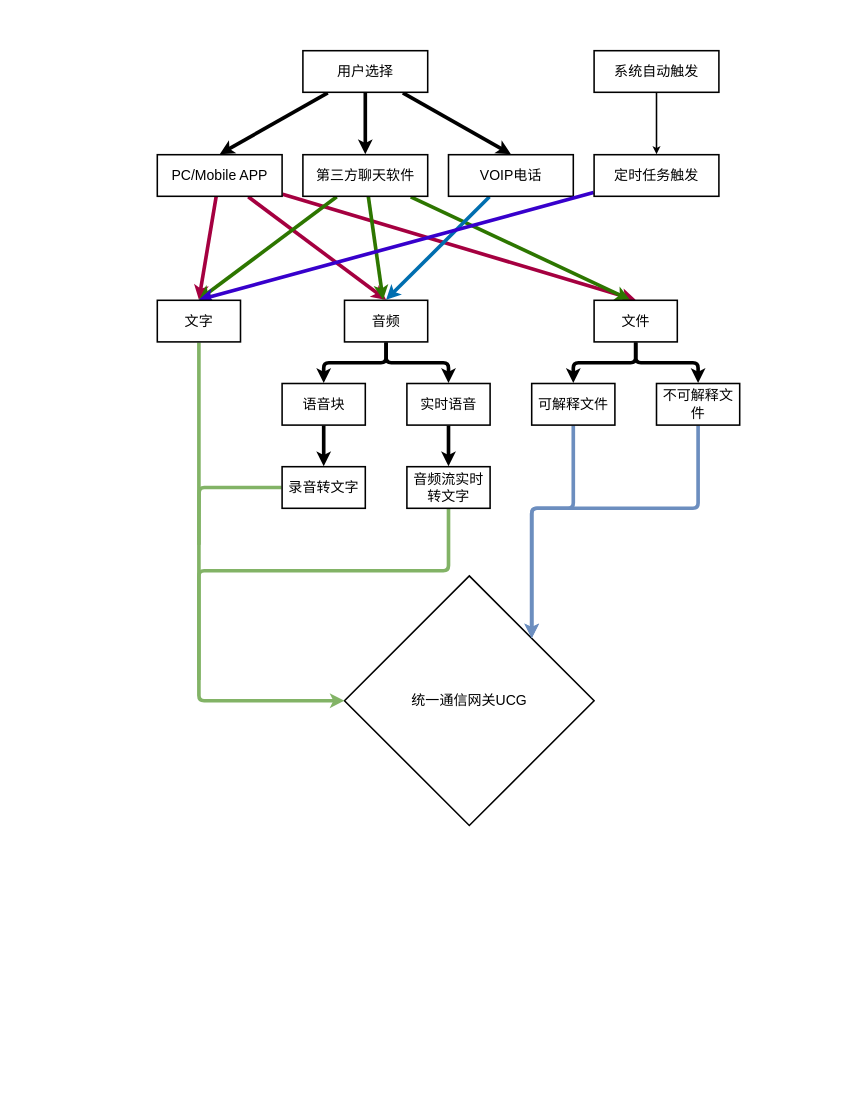
Before: doc/overall_dev_chart.drawio in 231055558/Entropy_agent, a draw.io diagram. Source tidied: cells renumbered, new cells numbered last; positions are measured from the earlier drawing's top-left corner, leaving out a move shared by most shapes. Both pictures are drawn from the tidied source at 52%, with x=0, y=0 at pixel (157, 50).
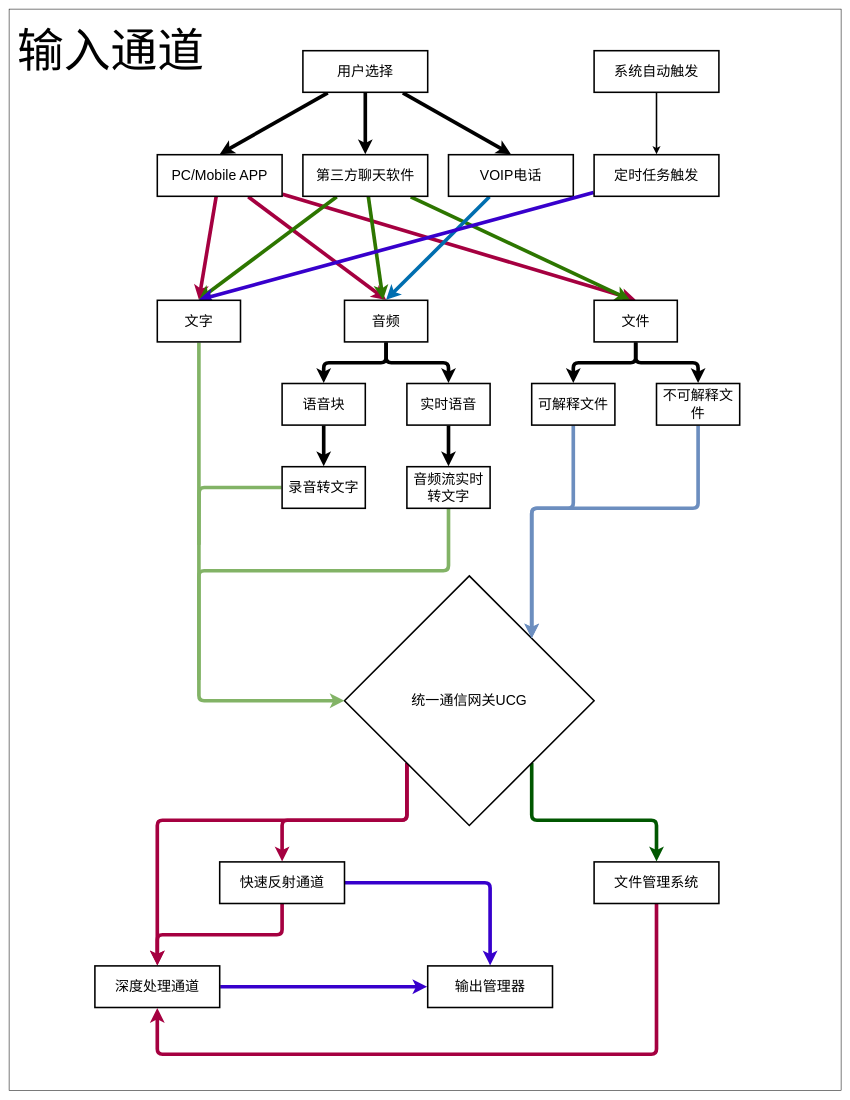
After the change.

Commit message:
完成输入通道部分的图像

The change refers to these unchanged cells:
```xml
<mxCell id="20" value="统一通信网关UCG" style="rhombus;whiteSpace=wrap;html=1;strokeWidth=3;fontSize=27;" parent="1" vertex="1">
  <mxGeometry x="360" y="1010" width="480" height="480" as="geometry" />
</mxCell>
```

What changed in the source:
```diff
@@
+    <mxCell id="41" style="whiteSpace=wrap;html=1;fillColor=default;" parent="1" vertex="1">
+      <mxGeometry x="-285" y="-80" width="1600" height="2080" as="geometry" />
+    </mxCell>
@@
+    <mxCell id="42" style="edgeStyle=orthogonalEdgeStyle;html=1;entryX=0.5;entryY=0;entryDx=0;entryDy=0;strokeWidth=7;fillColor=#d80073;strokeColor=#A50040;exitX=0;exitY=1;exitDx=0;exitDy=0;" parent="1" edge="1" source="20" target="47">
+      <mxGeometry relative="1" as="geometry">
+        <Array as="points">
+          <mxPoint x="480" y="1480" />
+          <mxPoint x="240" y="1480" />
+        </Array>
+      </mxGeometry>
+    </mxCell>
+    <mxCell id="43" style="edgeStyle=orthogonalEdgeStyle;html=1;entryX=0.5;entryY=0;entryDx=0;entryDy=0;strokeWidth=7;exitX=0;exitY=1;exitDx=0;exitDy=0;fillColor=#d80073;strokeColor=#A50040;" parent="1" edge="1" source="20" target="49">
+      <mxGeometry relative="1" as="geometry">
+        <Array as="points">
+          <mxPoint x="480" y="1480" />
+          <mxPoint y="1480" />
+        </Array>
+      </mxGeometry>
+    </mxCell>
+    <mxCell id="44" style="edgeStyle=orthogonalEdgeStyle;html=1;entryX=0.5;entryY=0;entryDx=0;entryDy=0;strokeWidth=7;fontSize=90;exitX=1;exitY=1;exitDx=0;exitDy=0;fillColor=#008a00;strokeColor=#005700;" parent="1" edge="1" source="20" target="53">
+      <mxGeometry relative="1" as="geometry">
+        <Array as="points">
+          <mxPoint x="720" y="1480" />
+          <mxPoint x="960" y="1480" />
+        </Array>
+      </mxGeometry>
+    </mxCell>
@@
+    <mxCell id="45" style="edgeStyle=orthogonalEdgeStyle;html=1;entryX=0.5;entryY=0;entryDx=0;entryDy=0;strokeWidth=7;fillColor=#d80073;strokeColor=#A50040;" parent="1" edge="1" source="47" target="49">
+      <mxGeometry relative="1" as="geometry" />
+    </mxCell>
+    <mxCell id="46" style="edgeStyle=orthogonalEdgeStyle;html=1;strokeWidth=7;fillColor=#6a00ff;strokeColor=#3700CC;" parent="1" edge="1" source="47" target="50">
+      <mxGeometry relative="1" as="geometry" />
+    </mxCell>
+    <mxCell id="47" value="&lt;font style=&quot;font-size: 27px;&quot;&gt;快速反射通道&lt;/font&gt;" style="whiteSpace=wrap;html=1;strokeWidth=3;perimeterSpacing=1;" parent="1" vertex="1">
+      <mxGeometry x="120" y="1560" width="240" height="80" as="geometry" />
+    </mxCell>
+    <mxCell id="48" style="edgeStyle=orthogonalEdgeStyle;html=1;strokeWidth=7;fillColor=#6a00ff;strokeColor=#3700CC;" parent="1" edge="1" source="49" target="50">
+      <mxGeometry relative="1" as="geometry" />
+    </mxCell>
+    <mxCell id="49" value="&lt;font style=&quot;font-size: 27px;&quot;&gt;深度处理通道&lt;/font&gt;" style="whiteSpace=wrap;html=1;strokeWidth=3;perimeterSpacing=1;" parent="1" vertex="1">
+      <mxGeometry x="-120" y="1760" width="240" height="80" as="geometry" />
+    </mxCell>
+    <mxCell id="50" value="&lt;font style=&quot;font-size: 27px;&quot;&gt;输出管理器&lt;/font&gt;" style="whiteSpace=wrap;html=1;strokeWidth=3;perimeterSpacing=1;" parent="1" vertex="1">
+      <mxGeometry x="520" y="1760" width="240" height="80" as="geometry" />
+    </mxCell>
+    <mxCell id="51" value="&lt;font style=&quot;font-size: 90px;&quot;&gt;输入通道&lt;/font&gt;" style="text;html=1;align=center;verticalAlign=middle;strokeColor=none;fillColor=none;" parent="1" vertex="1">
+      <mxGeometry x="-280" y="-60" width="380" height="120" as="geometry" />
+    </mxCell>
+    <mxCell id="52" style="edgeStyle=orthogonalEdgeStyle;html=1;entryX=0.5;entryY=1;entryDx=0;entryDy=0;strokeWidth=7;fontSize=90;fillColor=#d80073;strokeColor=#A50040;" parent="1" edge="1" source="53" target="49">
+      <mxGeometry relative="1" as="geometry">
+        <Array as="points">
+          <mxPoint x="960" y="1930" />
+          <mxPoint y="1930" />
+        </Array>
+      </mxGeometry>
+    </mxCell>
+    <mxCell id="53" value="&lt;font style=&quot;font-size: 27px;&quot;&gt;文件管理系统&lt;/font&gt;" style="whiteSpace=wrap;html=1;strokeWidth=3;perimeterSpacing=1;" parent="1" vertex="1">
+      <mxGeometry x="840" y="1560" width="240" height="80" as="geometry" />
+    </mxCell>
```
